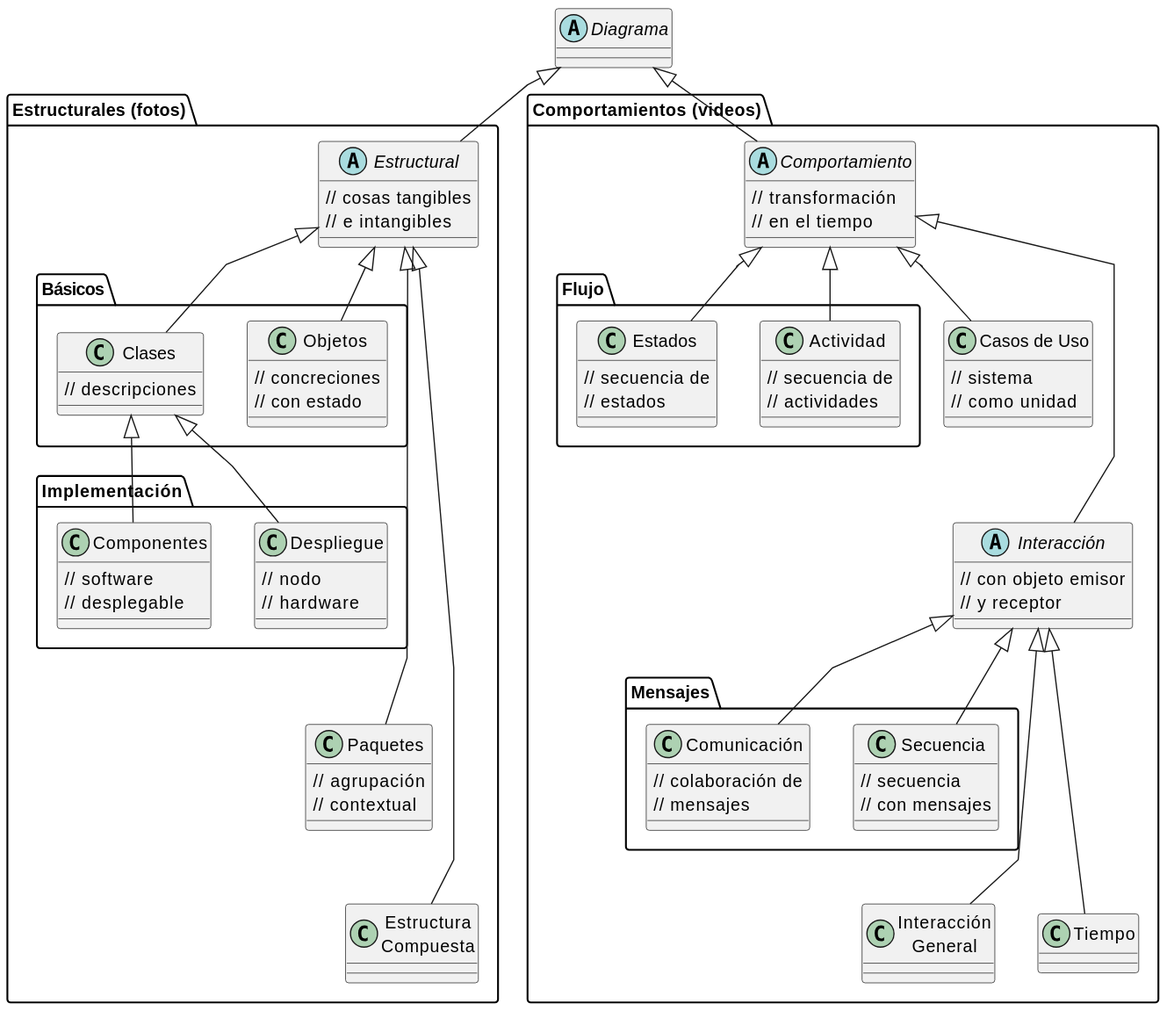
mmasias/uml keeps this PlantUML diagram as images/plantUMLModels/umlDiagrams.svg. Above is the earlier version.
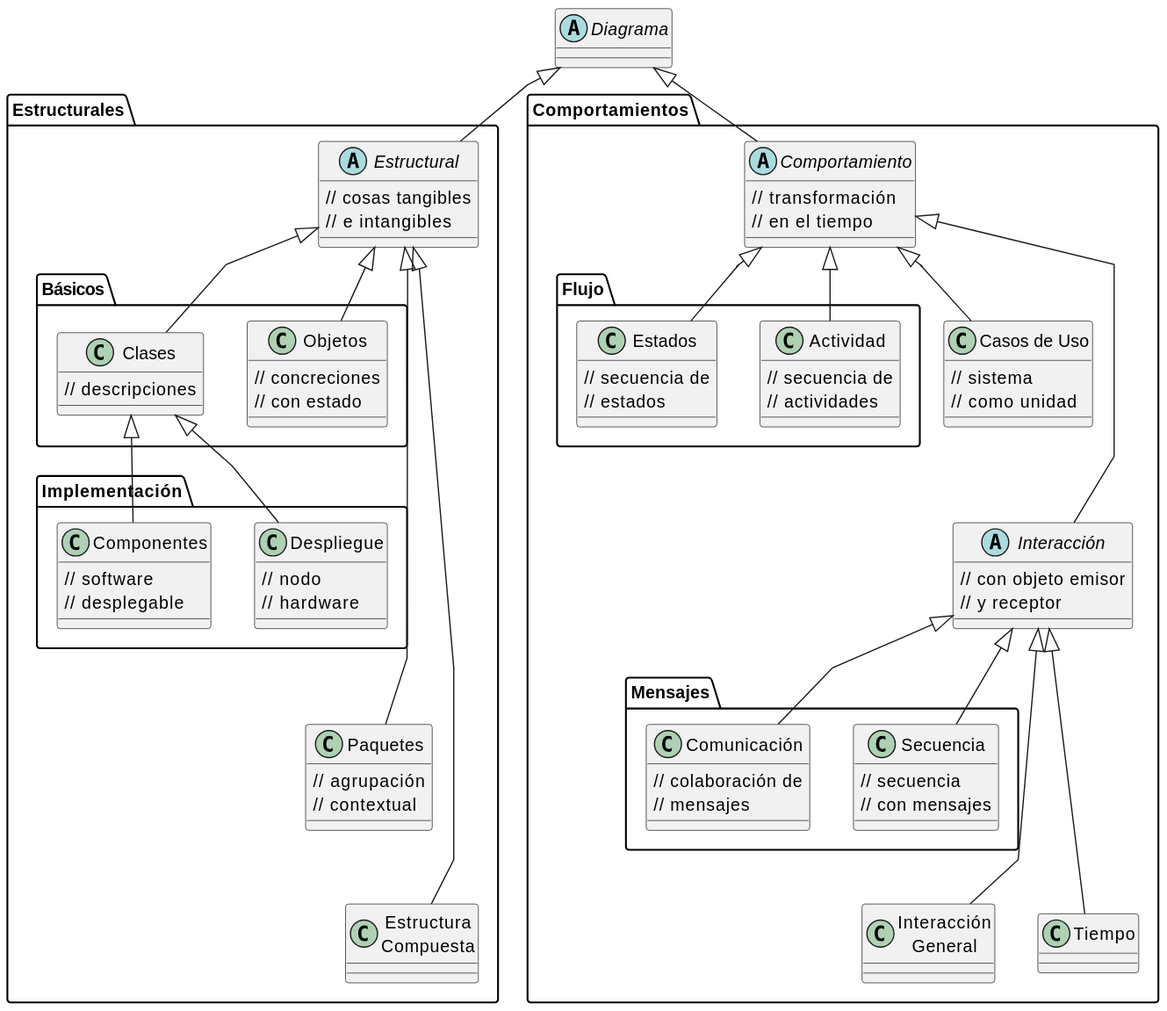
The same file after the commit.

Commit message:
fix: eliminar etiquetas innecesarias en los paquetes de diagramas UML

What changed in the source:
```diff
@@ -3,7 +3,7 @@
 
 abstract class Diagrama
 
-package "Estructurales (fotos)" as estructurales {
+package "Estructurales" as estructurales {
   abstract class Estructural {
     // cosas tangibles
     // e intangibles
@@ -38,7 +38,7 @@
   class "Estructura\nCompuesta" as EstructuraCompuesta
 }
 
-package "Comportamientos (videos)" as comportamientos {
+package "Comportamientos" as comportamientos {
   abstract class Comportamiento {
     // transformación
     // en el tiempo
```
